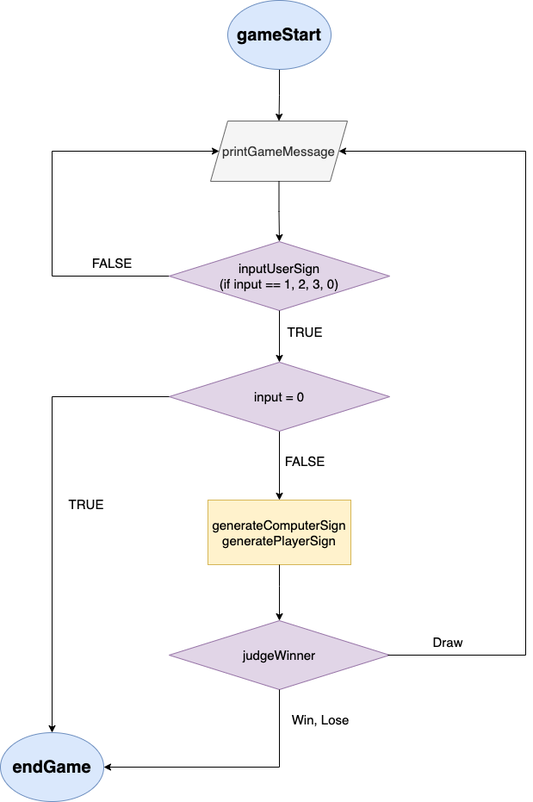
Earlier version of the draw.io export FlowChart.png (yagom-academy/ios-rock-paper-scissors). Source tidied: cells renumbered, new cells last; positions are measured from the earlier drawing's top-left corner, leaving out a move shared by most shapes.
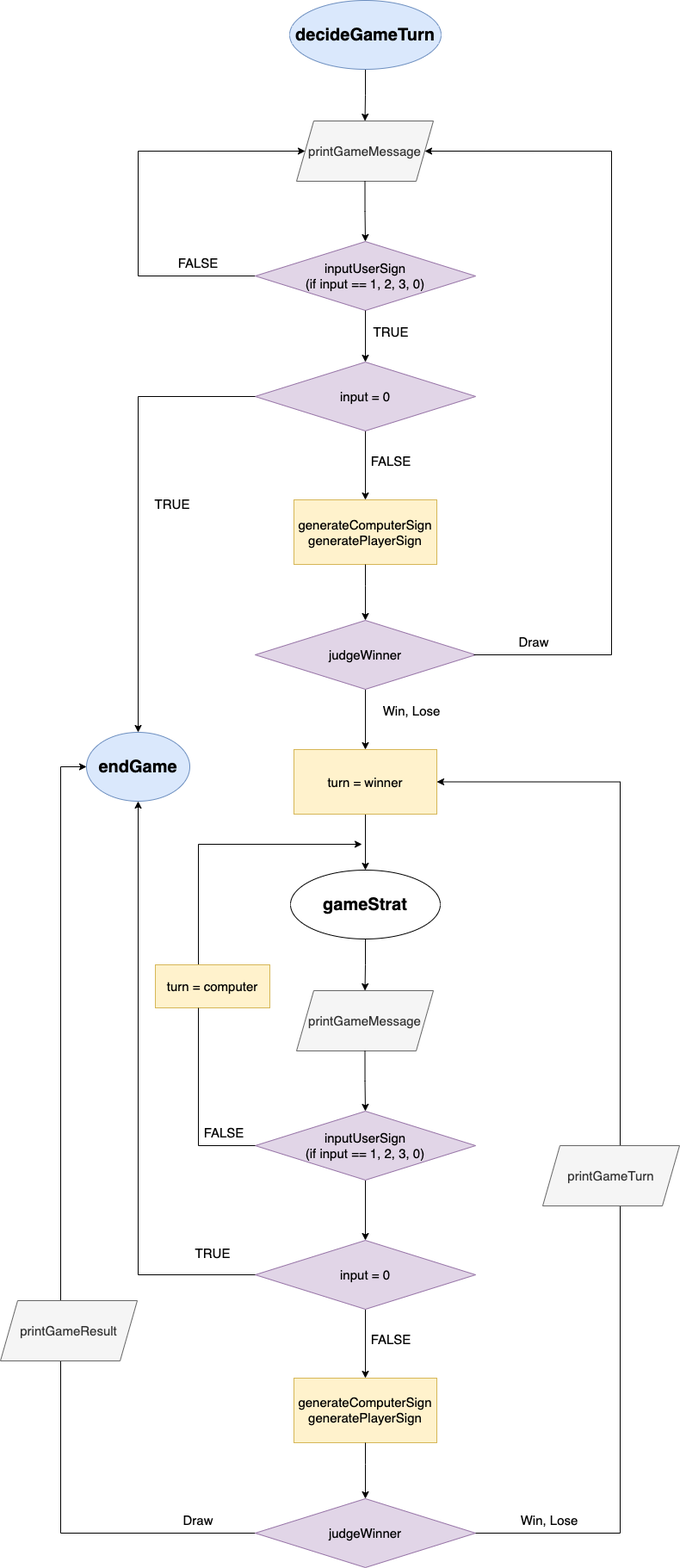
The same diagram one commit later.

Commit message:
docs: step2를 반영한 FlowChart 업데이트

What changed in the source:
```diff
@@ -5,8 +5,8 @@
     <mxCell id="2" style="edgeStyle=orthogonalEdgeStyle;rounded=0;jettySize=auto;html=1;fontSize=20;" parent="1" edge="1" source="3" target="7">
       <mxGeometry relative="1" as="geometry" />
     </mxCell>
-    <mxCell id="3" value="&lt;font style=&quot;font-size: 20px&quot;&gt;&lt;b&gt;gameStart&lt;/b&gt;&lt;/font&gt;" style="ellipse;whiteSpace=wrap;html=1;fillColor=#dae8fc;strokeColor=#6c8ebf;" parent="1" vertex="1">
-      <mxGeometry x="264" width="120" height="80" as="geometry" />
+    <mxCell id="3" value="&lt;font style=&quot;font-size: 20px&quot;&gt;&lt;b&gt;decideGameTurn&lt;br&gt;&lt;/b&gt;&lt;/font&gt;" style="ellipse;whiteSpace=wrap;html=1;fillColor=#dae8fc;strokeColor=#6c8ebf;" parent="1" vertex="1">
+      <mxGeometry x="236" width="176" height="80" as="geometry" />
     </mxCell>
     <mxCell id="4" style="edgeStyle=orthogonalEdgeStyle;rounded=0;jettySize=auto;html=1;entryX=0;entryY=0.5;entryDx=0;entryDy=0;" parent="1" edge="1" source="5" target="7">
       <mxGeometry relative="1" as="geometry">
@@ -43,12 +43,12 @@
     <mxCell id="13" value="&lt;font style=&quot;font-size: 20px&quot;&gt;&lt;b&gt;endGame&lt;/b&gt;&lt;/font&gt;" style="ellipse;whiteSpace=wrap;html=1;fillColor=#dae8fc;strokeColor=#6c8ebf;" parent="1" vertex="1">
       <mxGeometry y="850" width="120" height="80" as="geometry" />
     </mxCell>
+    <mxCell id="24" style="edgeStyle=orthogonalEdgeStyle;rounded=0;jettySize=auto;html=1;" parent="1" edge="1" source="14" target="28">
+      <mxGeometry relative="1" as="geometry" />
+    </mxCell>
     <mxCell id="14" value="&lt;font style=&quot;font-size: 15px&quot;&gt;judgeWinner&lt;/font&gt;" style="rhombus;whiteSpace=wrap;html=1;fillColor=#e1d5e7;strokeColor=#9673a6;" parent="1" vertex="1">
       <mxGeometry x="196" y="720" width="256" height="80" as="geometry" />
     </mxCell>
-    <mxCell id="15" style="endArrow=classic;html=1;rounded=0;edgeStyle=orthogonalEdgeStyle;exitX=0.5;exitY=1;exitDx=0;exitDy=0;entryX=1;entryY=0.5;entryDx=0;entryDy=0;" parent="1" edge="1" source="14" target="13">
-      <mxGeometry relative="1" as="geometry" />
-    </mxCell>
     <mxCell id="16" style="endArrow=classic;html=1;rounded=0;edgeStyle=orthogonalEdgeStyle;entryX=1;entryY=0.5;entryDx=0;entryDy=0;" parent="1" edge="1" target="7">
       <mxGeometry relative="1" as="geometry">
         <mxPoint x="450" y="760" as="sourcePoint" />
@@ -65,7 +65,7 @@
       <mxGeometry x="324" y="520" width="60" height="30" as="geometry" />
     </mxCell>
     <mxCell id="19" value="&lt;font style=&quot;font-size: 15px&quot;&gt;Win, Lose&lt;/font&gt;" style="text;html=1;strokeColor=none;fillColor=none;align=center;verticalAlign=middle;whiteSpace=wrap;rounded=0;" parent="1" vertex="1">
-      <mxGeometry x="324" y="820" width="96" height="30" as="geometry" />
+      <mxGeometry x="330" y="810" width="96" height="30" as="geometry" />
     </mxCell>
     <mxCell id="20" value="&lt;font style=&quot;font-size: 15px&quot;&gt;Draw&lt;/font&gt;" style="text;html=1;strokeColor=none;fillColor=none;align=center;verticalAlign=middle;whiteSpace=wrap;rounded=0;" parent="1" vertex="1">
       <mxGeometry x="490" y="730" width="60" height="30" as="geometry" />
@@ -84,5 +84,107 @@
         </Array>
       </mxGeometry>
     </mxCell>
+    <mxCell id="25" style="edgeStyle=orthogonalEdgeStyle;rounded=0;jettySize=auto;html=1;" parent="1" edge="1" source="26" target="32">
+      <mxGeometry relative="1" as="geometry" />
+    </mxCell>
+    <mxCell id="26" value="&lt;b style=&quot;font-size: 20px&quot;&gt;gameStrat&lt;/b&gt;" style="ellipse;whiteSpace=wrap;html=1;" parent="1" vertex="1">
+      <mxGeometry x="237" y="1010" width="174" height="80" as="geometry" />
+    </mxCell>
+    <mxCell id="27" style="edgeStyle=orthogonalEdgeStyle;rounded=0;jettySize=auto;html=1;" parent="1" edge="1" source="28" target="26">
+      <mxGeometry relative="1" as="geometry" />
+    </mxCell>
+    <mxCell id="28" value="&lt;font style=&quot;font-size: 15px&quot;&gt;turn = winner&lt;br&gt;&lt;/font&gt;" style="whiteSpace=wrap;html=1;fillColor=#fff2cc;strokeColor=#d6b656;" parent="1" vertex="1">
+      <mxGeometry x="241" y="870" width="166" height="75" as="geometry" />
+    </mxCell>
+    <mxCell id="29" style="edgeStyle=orthogonalEdgeStyle;rounded=0;jettySize=auto;html=1;startArrow=none;" parent="1" edge="1" source="43">
+      <mxGeometry relative="1" as="geometry">
+        <mxPoint x="320" y="980" as="targetPoint" />
+        <Array as="points">
+          <mxPoint x="130" y="980" />
+        </Array>
+      </mxGeometry>
+    </mxCell>
+    <mxCell id="30" style="edgeStyle=orthogonalEdgeStyle;rounded=0;jettySize=auto;html=1;" parent="1" edge="1" source="31" target="37">
+      <mxGeometry relative="1" as="geometry" />
+    </mxCell>
+    <mxCell id="31" value="&lt;font style=&quot;font-size: 15px&quot;&gt;inputUserSign&lt;br&gt;(if input == 1, 2, 3, 0)&lt;/font&gt;" style="rhombus;whiteSpace=wrap;html=1;fillColor=#e1d5e7;strokeColor=#9673a6;" parent="1" vertex="1">
+      <mxGeometry x="196" y="1290" width="256" height="80" as="geometry" />
+    </mxCell>
+    <mxCell id="32" value="&lt;font style=&quot;font-size: 15px&quot;&gt;printGameMessage&lt;/font&gt;" style="shape=parallelogram;perimeter=parallelogramPerimeter;whiteSpace=wrap;html=1;fixedSize=1;fillColor=#f5f5f5;strokeColor=#666666;fontColor=#333333;" parent="1" vertex="1">
+      <mxGeometry x="244" y="1150" width="159" height="70" as="geometry" />
+    </mxCell>
+    <mxCell id="33" value="&lt;font style=&quot;font-size: 15px&quot;&gt;FALSE&lt;/font&gt;" style="text;html=1;strokeColor=none;fillColor=none;align=center;verticalAlign=middle;whiteSpace=wrap;rounded=0;" parent="1" vertex="1">
+      <mxGeometry x="130" y="1300" width="60" height="30" as="geometry" />
+    </mxCell>
+    <mxCell id="34" style="edgeStyle=orthogonalEdgeStyle;rounded=0;jettySize=auto;html=1;entryX=0.5;entryY=0;entryDx=0;entryDy=0;exitX=0.5;exitY=1;exitDx=0;exitDy=0;" parent="1" edge="1" source="32" target="31">
+      <mxGeometry relative="1" as="geometry" />
+    </mxCell>
+    <mxCell id="35" value="&lt;font style=&quot;font-size: 15px&quot;&gt;generateComputerSign&lt;br&gt;generatePlayerSign&lt;br&gt;&lt;/font&gt;" style="whiteSpace=wrap;html=1;fillColor=#fff2cc;strokeColor=#d6b656;" parent="1" vertex="1">
+      <mxGeometry x="241" y="1600" width="166" height="75" as="geometry" />
+    </mxCell>
+    <mxCell id="36" style="edgeStyle=orthogonalEdgeStyle;rounded=0;jettySize=auto;html=1;entryX=0.5;entryY=0;entryDx=0;entryDy=0;" parent="1" edge="1" source="37" target="35">
+      <mxGeometry relative="1" as="geometry" />
+    </mxCell>
+    <mxCell id="37" value="&lt;font style=&quot;font-size: 15px&quot;&gt;input = 0&lt;/font&gt;" style="rhombus;whiteSpace=wrap;html=1;fillColor=#e1d5e7;strokeColor=#9673a6;" parent="1" vertex="1">
+      <mxGeometry x="196" y="1440" width="256" height="80" as="geometry" />
+    </mxCell>
+    <mxCell id="38" style="edgeStyle=orthogonalEdgeStyle;rounded=0;jettySize=auto;html=1;exitX=0.055;exitY=0.5;exitDx=0;exitDy=0;exitPerimeter=0;entryX=0;entryY=0.5;entryDx=0;entryDy=0;" parent="1" edge="1" source="39" target="13">
+      <mxGeometry relative="1" as="geometry">
+        <Array as="points">
+          <mxPoint x="-30" y="1780" />
+          <mxPoint x="-30" y="890" />
+        </Array>
+      </mxGeometry>
+    </mxCell>
+    <mxCell id="39" value="&lt;font style=&quot;font-size: 15px&quot;&gt;judgeWinner&lt;/font&gt;" style="rhombus;whiteSpace=wrap;html=1;fillColor=#e1d5e7;strokeColor=#9673a6;" parent="1" vertex="1">
+      <mxGeometry x="196" y="1740" width="256" height="80" as="geometry" />
+    </mxCell>
+    <mxCell id="40" value="&lt;font style=&quot;font-size: 15px&quot;&gt;FALSE&lt;/font&gt;" style="text;html=1;strokeColor=none;fillColor=none;align=center;verticalAlign=middle;whiteSpace=wrap;rounded=0;" parent="1" vertex="1">
+      <mxGeometry x="324" y="1540" width="60" height="30" as="geometry" />
+    </mxCell>
+    <mxCell id="41" value="&lt;font style=&quot;font-size: 15px&quot;&gt;Win, Lose&lt;/font&gt;" style="text;html=1;strokeColor=none;fillColor=none;align=center;verticalAlign=middle;whiteSpace=wrap;rounded=0;" parent="1" vertex="1">
+      <mxGeometry x="490" y="1750" width="96" height="30" as="geometry" />
+    </mxCell>
+    <mxCell id="42" style="edgeStyle=orthogonalEdgeStyle;rounded=0;jettySize=auto;html=1;exitX=0.5;exitY=1;exitDx=0;exitDy=0;entryX=0.5;entryY=0;entryDx=0;entryDy=0;" parent="1" edge="1" source="35" target="39">
+      <mxGeometry relative="1" as="geometry">
+        <Array as="points">
+          <mxPoint x="324" y="1700" />
+          <mxPoint x="324" y="1700" />
+        </Array>
+      </mxGeometry>
+    </mxCell>
+    <mxCell id="43" value="&lt;font style=&quot;font-size: 15px&quot;&gt;turn = computer&lt;br&gt;&lt;/font&gt;" style="whiteSpace=wrap;html=1;fillColor=#fff2cc;strokeColor=#d6b656;" parent="1" vertex="1">
+      <mxGeometry x="80" y="1120" width="133" height="50" as="geometry" />
+    </mxCell>
+    <mxCell id="44" style="edgeStyle=orthogonalEdgeStyle;rounded=0;jettySize=auto;html=1;endArrow=none;" parent="1" edge="1" source="31" target="43">
+      <mxGeometry relative="1" as="geometry">
+        <Array as="points">
+          <mxPoint x="130" y="1330" />
+        </Array>
+      </mxGeometry>
+    </mxCell>
+    <mxCell id="45" style="endArrow=classic;html=1;rounded=0;edgeStyle=orthogonalEdgeStyle;exitX=0;exitY=0.5;exitDx=0;exitDy=0;entryX=0.5;entryY=1;entryDx=0;entryDy=0;" parent="1" edge="1" source="37" target="13">
+      <mxGeometry relative="1" as="geometry" />
+    </mxCell>
+    <mxCell id="46" value="&lt;font style=&quot;font-size: 15px&quot;&gt;TRUE&lt;/font&gt;" style="text;html=1;strokeColor=none;fillColor=none;align=center;verticalAlign=middle;whiteSpace=wrap;rounded=0;" parent="1" vertex="1">
+      <mxGeometry x="116.5" y="1440" width="60" height="30" as="geometry" />
+    </mxCell>
+    <mxCell id="47" style="endArrow=classic;html=1;rounded=0;edgeStyle=orthogonalEdgeStyle;entryX=1;entryY=0.5;entryDx=0;entryDy=0;exitX=1;exitY=0.5;exitDx=0;exitDy=0;" parent="1" edge="1" source="39" target="28">
+      <mxGeometry relative="1" as="geometry">
+        <Array as="points">
+          <mxPoint x="620" y="1780" />
+          <mxPoint x="620" y="908" />
+        </Array>
+      </mxGeometry>
+    </mxCell>
+    <mxCell id="48" value="&lt;font style=&quot;font-size: 15px&quot;&gt;Draw&lt;/font&gt;" style="text;html=1;strokeColor=none;fillColor=none;align=center;verticalAlign=middle;whiteSpace=wrap;rounded=0;" parent="1" vertex="1">
+      <mxGeometry x="100" y="1750" width="60" height="30" as="geometry" />
+    </mxCell>
+    <mxCell id="49" value="&lt;font style=&quot;font-size: 15px&quot;&gt;printGameResult&lt;br&gt;&lt;/font&gt;" style="shape=parallelogram;perimeter=parallelogramPerimeter;whiteSpace=wrap;html=1;fixedSize=1;fillColor=#f5f5f5;strokeColor=#666666;fontColor=#333333;" parent="1" vertex="1">
+      <mxGeometry x="-100" y="1510" width="159" height="70" as="geometry" />
+    </mxCell>
+    <mxCell id="50" value="&lt;font style=&quot;font-size: 15px&quot;&gt;printGameTurn&lt;br&gt;&lt;/font&gt;" style="shape=parallelogram;perimeter=parallelogramPerimeter;whiteSpace=wrap;html=1;fixedSize=1;fillColor=#f5f5f5;strokeColor=#666666;fontColor=#333333;" parent="1" vertex="1">
+      <mxGeometry x="530" y="1330" width="159" height="70" as="geometry" />
+    </mxCell>
   </root>
 </mxGraphModel>
```
